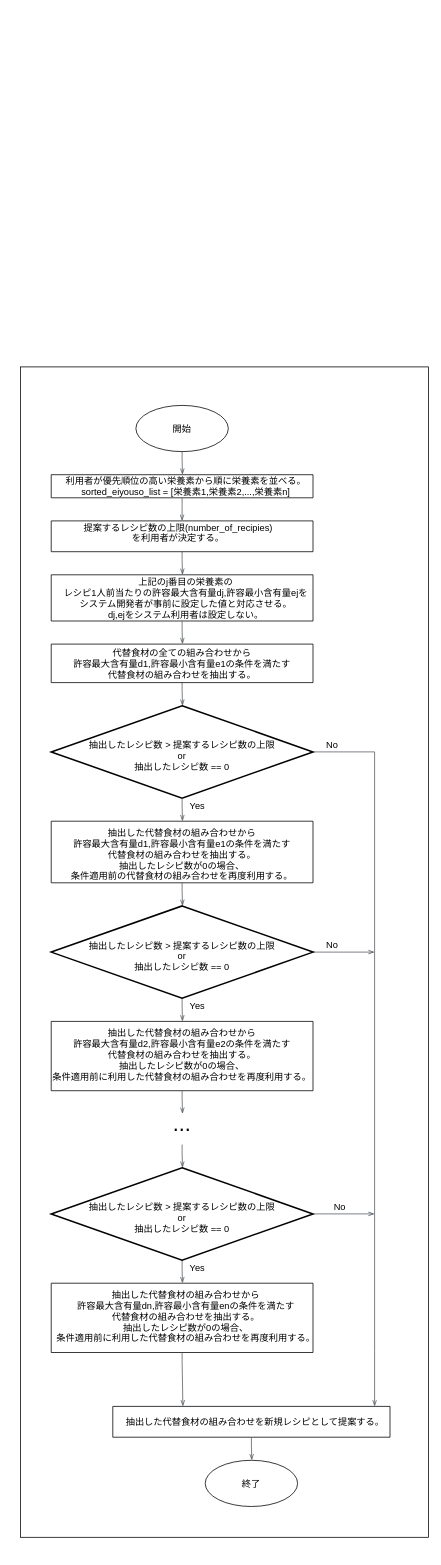
jokertennis/github-flow-practice keeps this draw.io diagram as 変更後のフロー図.drawio. Above is the earlier version. Source tidied: cells renumbered, new cells numbered last; positions are measured from the earlier drawing's top-left corner, leaving out a move shared by most shapes. Both pictures are drawn from the tidied source at 77%, with x=0, y=0 at pixel (20, 367).
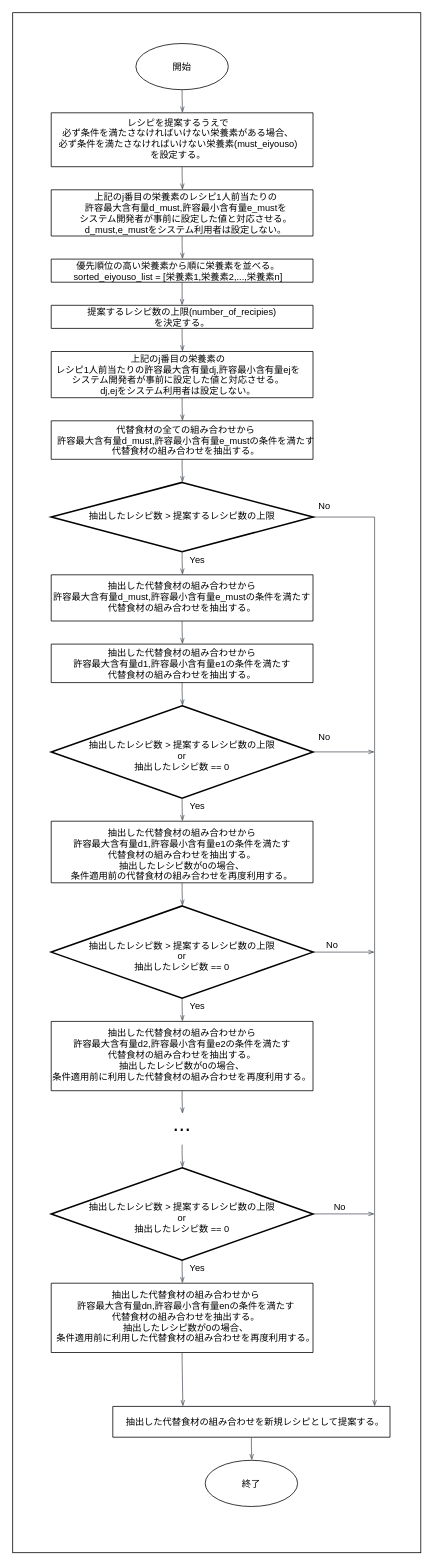
The same diagram, later.

Commit message (it also covers changes not shown here):
Update 変更後のフロー図.drawio

The edit, as a diff of the source:
```diff
@@
     <mxCell id="2" style="rounded=0;whiteSpace=wrap;html=1;" parent="1" vertex="1">
-      <mxGeometry width="530" height="1520" as="geometry" />
+      <mxGeometry x="-10" y="-460" width="530" height="2000" as="geometry" />
     </mxCell>
     <mxCell id="3" style="strokeWidth=1;html=1;shape=mxgraph.flowchart.start_1;whiteSpace=wrap;labelBorderColor=#000000;" parent="1" vertex="1">
-      <mxGeometry x="150" y="50" width="120" height="60" as="geometry" />
+      <mxGeometry x="150" y="-420" width="120" height="60" as="geometry" />
     </mxCell>
     <mxCell id="4" value="開始" style="text;align=center;verticalAlign=middle;labelBackgroundColor=#ffffff;labelBorderColor=none;" parent="1" vertex="1">
-      <mxGeometry x="190" y="70" width="40" height="20" as="geometry" />
+      <mxGeometry x="190" y="-400" width="40" height="20" as="geometry" />
     </mxCell>
@@
     <mxCell id="6" value="上記のj番目の栄養素の&#10;レシピ1人前当たりの許容最大含有量dj,許容最小含有量ejを&#10;システム開発者が事前に設定した値と対応させる。&#10;dj,ejをシステム利用者は設定しない。" style="text;align=center;verticalAlign=middle;" parent="1" vertex="1">
-      <mxGeometry x="50" y="270" width="330" height="60" as="geometry" />
+      <mxGeometry x="40" y="-20" width="330" height="60" as="geometry" />
     </mxCell>
     <mxCell id="7" style="verticalLabelPosition=bottom;verticalAlign=top;html=1;shape=mxgraph.basic.rect;fillColor2=none;strokeWidth=1;size=20;indent=5;rounded=0;labelBackgroundColor=#ffffff;sketch=0;fillColor=none;labelBorderColor=none;" parent="1" vertex="1">
-      <mxGeometry x="40" y="270" width="340" height="60" as="geometry" />
+      <mxGeometry x="40" y="-20" width="340" height="60" as="geometry" />
     </mxCell>
-    <mxCell id="8" value="代替食材の全ての組み合わせから&#10;許容最大含有量d1,許容最小含有量e1の条件を満たす&#10;代替食材の組み合わせを抽出する。" style="text;align=center;verticalAlign=middle;" parent="1" vertex="1">
+    <mxCell id="8" value="抽出した代替食材の組み合わせから&#10;許容最大含有量d1,許容最小含有量e1の条件を満たす&#10;代替食材の組み合わせを抽出する。" style="text;align=center;verticalAlign=middle;" parent="1" vertex="1">
       <mxGeometry x="60" y="360" width="300" height="50" as="geometry" />
     </mxCell>
@@
-    <mxCell id="26" style="edgeStyle=orthogonalEdgeStyle;html=1;endArrow=openThin;elbow=vertical;startArrow=none;endFill=0;strokeColor=#545B64;rounded=0;" parent="1" edge="1">
+    <mxCell id="26" style="edgeStyle=orthogonalEdgeStyle;html=1;endArrow=openThin;elbow=vertical;startArrow=none;endFill=0;strokeColor=#545B64;rounded=0;exitX=1;exitY=0.5;exitDx=0;exitDy=0;exitPerimeter=0;" parent="1" edge="1" source="61">
       <mxGeometry relative="1" as="geometry">
-        <mxPoint x="380" y="500" as="sourcePoint" />
         <mxPoint x="460" y="1350" as="targetPoint" />
         <Array as="points">
-          <mxPoint x="460" y="500" />
-          <mxPoint x="460" y="1279" />
+          <mxPoint x="460" y="195" />
         </Array>
       </mxGeometry>
     </mxCell>
@@
     <mxCell id="30" value="No" style="text;align=center;verticalAlign=middle;fontSize=12;" parent="1" vertex="1">
-      <mxGeometry x="390" y="480" width="30" height="20" as="geometry" />
+      <mxGeometry x="380" y="170" width="30" height="20" as="geometry" />
     </mxCell>
     <mxCell id="31" style="edgeStyle=orthogonalEdgeStyle;html=1;endArrow=openThin;elbow=vertical;startArrow=none;endFill=0;strokeColor=#545B64;rounded=0;" parent="1" edge="1">
       <mxGeometry relative="1" as="geometry">
-        <mxPoint x="210" y="110" as="sourcePoint" />
-        <mxPoint x="210.5" y="140" as="targetPoint" />
+        <mxPoint x="210" y="-50" as="sourcePoint" />
+        <mxPoint x="210.5" y="-20" as="targetPoint" />
         <Array as="points">
-          <mxPoint x="210.5" y="120" />
-          <mxPoint x="210.5" y="120" />
+          <mxPoint x="210.5" y="-40" />
+          <mxPoint x="210.5" y="-40" />
         </Array>
       </mxGeometry>
     </mxCell>
     <mxCell id="32" style="verticalLabelPosition=bottom;verticalAlign=top;html=1;shape=mxgraph.basic.rect;fillColor2=none;strokeWidth=1;size=20;indent=5;rounded=0;labelBackgroundColor=#ffffff;sketch=0;fillColor=none;labelBorderColor=none;" parent="1" vertex="1">
-      <mxGeometry x="40" y="140" width="340" height="30" as="geometry" />
+      <mxGeometry x="40" y="-140" width="340" height="30" as="geometry" />
     </mxCell>
-    <mxCell id="33" value="利用者が優先順位の高い栄養素から順に栄養素を並べる。&#10;sorted_eiyouso_list = [栄養素1,栄養素2,...,栄養素n]" style="text;align=center;verticalAlign=middle;strokeColor=none;" parent="1" vertex="1">
-      <mxGeometry x="50" y="140" width="330" height="30" as="geometry" />
+    <mxCell id="33" value="優先順位の高い栄養素から順に栄養素を並べる。&#10;sorted_eiyouso_list = [栄養素1,栄養素2,...,栄養素n]" style="text;align=center;verticalAlign=middle;strokeColor=none;" parent="1" vertex="1">
+      <mxGeometry x="60" y="-140" width="290" height="30" as="geometry" />
     </mxCell>
-    <mxCell id="34" value="提案するレシピ数の上限(number_of_recipies)&#10;を利用者が決定する。" style="text;align=center;verticalAlign=middle;strokeColor=none;" parent="1" vertex="1">
-      <mxGeometry x="75" y="200" width="260" height="30" as="geometry" />
+    <mxCell id="34" value="提案するレシピ数の上限(number_of_recipies)&#10;を決定する。" style="text;align=center;verticalAlign=middle;strokeColor=none;" parent="1" vertex="1">
+      <mxGeometry x="80" y="-80" width="260" height="30" as="geometry" />
     </mxCell>
     <mxCell id="35" style="edgeStyle=orthogonalEdgeStyle;html=1;endArrow=openThin;elbow=vertical;startArrow=none;endFill=0;strokeColor=#545B64;rounded=0;" parent="1" edge="1">
       <mxGeometry relative="1" as="geometry">
-        <mxPoint x="210" y="240" as="sourcePoint" />
-        <mxPoint x="210.5" y="270" as="targetPoint" />
+        <mxPoint x="210" y="40" as="sourcePoint" />
+        <mxPoint x="210.5" y="70" as="targetPoint" />
         <Array as="points">
-          <mxPoint x="210.5" y="250" />
-          <mxPoint x="210.5" y="250" />
+          <mxPoint x="210.5" y="50" />
+          <mxPoint x="210.5" y="50" />
         </Array>
       </mxGeometry>
     </mxCell>
     <mxCell id="36" style="verticalLabelPosition=bottom;verticalAlign=top;html=1;shape=mxgraph.basic.rect;fillColor2=none;strokeWidth=1;size=20;indent=5;rounded=0;labelBackgroundColor=#ffffff;sketch=0;fillColor=none;labelBorderColor=none;" parent="1" vertex="1">
-      <mxGeometry x="40" y="200" width="340" height="40" as="geometry" />
+      <mxGeometry x="40" y="-80" width="340" height="30" as="geometry" />
     </mxCell>
     <mxCell id="37" style="edgeStyle=orthogonalEdgeStyle;html=1;endArrow=openThin;elbow=vertical;startArrow=none;endFill=0;strokeColor=#545B64;rounded=0;" parent="1" edge="1">
       <mxGeometry relative="1" as="geometry">
-        <mxPoint x="210" y="170" as="sourcePoint" />
-        <mxPoint x="210" y="200" as="targetPoint" />
+        <mxPoint x="210" y="-110" as="sourcePoint" />
+        <mxPoint x="210" y="-80" as="targetPoint" />
         <Array as="points">
-          <mxPoint x="210.5" y="180" />
-          <mxPoint x="210.5" y="180" />
+          <mxPoint x="210.5" y="-100" />
+          <mxPoint x="210.5" y="-100" />
         </Array>
       </mxGeometry>
     </mxCell>
     <mxCell id="38" style="edgeStyle=orthogonalEdgeStyle;html=1;endArrow=openThin;elbow=vertical;startArrow=none;endFill=0;strokeColor=#545B64;rounded=0;" parent="1" edge="1">
       <mxGeometry relative="1" as="geometry">
-        <mxPoint x="210" y="330" as="sourcePoint" />
-        <mxPoint x="210.5" y="360" as="targetPoint" />
+        <mxPoint x="210" y="120" as="sourcePoint" />
+        <mxPoint x="210.5" y="150" as="targetPoint" />
         <Array as="points">
-          <mxPoint x="210" y="340" />
-          <mxPoint x="210" y="340" />
+          <mxPoint x="210" y="130" />
+          <mxPoint x="210" y="130" />
         </Array>
       </mxGeometry>
     </mxCell>
@@
+    <mxCell id="52" style="edgeStyle=orthogonalEdgeStyle;html=1;endArrow=openThin;elbow=vertical;startArrow=none;endFill=0;strokeColor=#545B64;rounded=0;" parent="1" edge="1">
+      <mxGeometry relative="1" as="geometry">
+        <mxPoint x="210" y="-360" as="sourcePoint" />
+        <mxPoint x="210.5" y="-330" as="targetPoint" />
+        <Array as="points">
+          <mxPoint x="210.5" y="-350" />
+          <mxPoint x="210.5" y="-350" />
+        </Array>
+      </mxGeometry>
+    </mxCell>
+    <mxCell id="53" value="レシピを提案するうえで&#10;必ず条件を満たさなければいけない栄養素がある場合、&#10;必ず条件を満たさなければいけない栄養素(must_eiyouso)&#10;を設定する。&#10;" style="text;align=center;verticalAlign=middle;strokeColor=none;" parent="1" vertex="1">
+      <mxGeometry x="40" y="-320" width="330" height="60" as="geometry" />
+    </mxCell>
+    <mxCell id="54" style="verticalLabelPosition=bottom;verticalAlign=top;html=1;shape=mxgraph.basic.rect;fillColor2=none;strokeWidth=1;size=20;indent=5;rounded=0;labelBackgroundColor=#ffffff;sketch=0;fillColor=none;labelBorderColor=none;" parent="1" vertex="1">
+      <mxGeometry x="40" y="-330" width="340" height="70" as="geometry" />
+    </mxCell>
+    <mxCell id="55" style="edgeStyle=orthogonalEdgeStyle;html=1;endArrow=openThin;elbow=vertical;startArrow=none;endFill=0;strokeColor=#545B64;rounded=0;" parent="1" edge="1">
+      <mxGeometry relative="1" as="geometry">
+        <mxPoint x="210" y="-260" as="sourcePoint" />
+        <mxPoint x="210.5" y="-230" as="targetPoint" />
+        <Array as="points">
+          <mxPoint x="210.5" y="-250" />
+          <mxPoint x="210.5" y="-250" />
+        </Array>
+      </mxGeometry>
+    </mxCell>
+    <mxCell id="56" style="verticalLabelPosition=bottom;verticalAlign=top;html=1;shape=mxgraph.basic.rect;fillColor2=none;strokeWidth=1;size=20;indent=5;rounded=0;labelBackgroundColor=#ffffff;sketch=0;fillColor=none;labelBorderColor=none;" parent="1" vertex="1">
+      <mxGeometry x="40" y="-230" width="340" height="60" as="geometry" />
+    </mxCell>
+    <mxCell id="57" value="上記のj番目の栄養素のレシピ1人前当たりの&#10;許容最大含有量d_must,許容最小含有量e_mustを&#10;システム開発者が事前に設定した値と対応させる。&#10;d_must,e_mustをシステム利用者は設定しない。" style="text;align=center;verticalAlign=middle;" parent="1" vertex="1">
+      <mxGeometry x="70" y="-230" width="290" height="60" as="geometry" />
+    </mxCell>
+    <mxCell id="58" style="verticalLabelPosition=bottom;verticalAlign=top;html=1;shape=mxgraph.basic.rect;fillColor2=none;strokeWidth=1;size=20;indent=5;rounded=0;labelBackgroundColor=#ffffff;sketch=0;fillColor=none;labelBorderColor=none;" parent="1" vertex="1">
+      <mxGeometry x="40" y="70" width="340" height="50" as="geometry" />
+    </mxCell>
+    <mxCell id="59" value="代替食材の全ての組み合わせから&#10;許容最大含有量d_must,許容最小含有量e_mustの条件を満たす&#10;代替食材の組み合わせを抽出する。" style="text;align=center;verticalAlign=middle;" parent="1" vertex="1">
+      <mxGeometry x="40" y="70" width="350" height="50" as="geometry" />
+    </mxCell>
+    <mxCell id="60" style="edgeStyle=orthogonalEdgeStyle;html=1;endArrow=openThin;elbow=vertical;startArrow=none;endFill=0;strokeColor=#545B64;rounded=0;" parent="1" edge="1">
+      <mxGeometry relative="1" as="geometry">
+        <mxPoint x="210" y="-170" as="sourcePoint" />
+        <mxPoint x="210.5" y="-140" as="targetPoint" />
+        <Array as="points">
+          <mxPoint x="210.5" y="-160" />
+          <mxPoint x="210.5" y="-160" />
+        </Array>
+      </mxGeometry>
+    </mxCell>
+    <mxCell id="61" style="strokeWidth=2;html=1;shape=mxgraph.flowchart.decision;whiteSpace=wrap;rounded=0;labelBackgroundColor=#ffffff;sketch=0;fillColor=none;" parent="1" vertex="1">
+      <mxGeometry x="40" y="150" width="340" height="90" as="geometry" />
+    </mxCell>
+    <mxCell id="62" value="抽出したレシピ数 &gt; 提案するレシピ数の上限&#10;" style="text;align=center;verticalAlign=middle;" parent="1" vertex="1">
+      <mxGeometry x="80" y="190" width="260" height="20" as="geometry" />
+    </mxCell>
+    <mxCell id="63" value="Yes" style="text;align=center;verticalAlign=middle;fontSize=12;" parent="1" vertex="1">
+      <mxGeometry x="210" y="240" width="40" height="20" as="geometry" />
+    </mxCell>
+    <mxCell id="64" style="edgeStyle=orthogonalEdgeStyle;html=1;endArrow=openThin;elbow=vertical;startArrow=none;endFill=0;strokeColor=#545B64;rounded=0;" parent="1" edge="1">
+      <mxGeometry relative="1" as="geometry">
+        <mxPoint x="210" y="240" as="sourcePoint" />
+        <mxPoint x="210.5" y="270" as="targetPoint" />
+        <Array as="points">
+          <mxPoint x="210" y="250" />
+          <mxPoint x="210" y="250" />
+        </Array>
+      </mxGeometry>
+    </mxCell>
+    <mxCell id="65" value="抽出した代替食材の組み合わせから&#10;許容最大含有量d_must,許容最小含有量e_mustの条件を満たす&#10;代替食材の組み合わせを抽出する。&#10;" style="text;align=center;verticalAlign=middle;" parent="1" vertex="1">
+      <mxGeometry x="35" y="280" width="350" height="50" as="geometry" />
+    </mxCell>
+    <mxCell id="66" style="verticalLabelPosition=bottom;verticalAlign=top;html=1;shape=mxgraph.basic.rect;fillColor2=none;strokeWidth=1;size=20;indent=5;rounded=0;labelBackgroundColor=#ffffff;sketch=0;fillColor=none;labelBorderColor=none;" parent="1" vertex="1">
+      <mxGeometry x="40" y="270" width="340" height="60" as="geometry" />
+    </mxCell>
+    <mxCell id="67" style="edgeStyle=orthogonalEdgeStyle;html=1;endArrow=openThin;elbow=vertical;startArrow=none;endFill=0;strokeColor=#545B64;rounded=0;" parent="1" edge="1">
+      <mxGeometry relative="1" as="geometry">
+        <mxPoint x="210" y="330" as="sourcePoint" />
+        <mxPoint x="210.5" y="360" as="targetPoint" />
+        <Array as="points">
+          <mxPoint x="210" y="340" />
+          <mxPoint x="210" y="340" />
+        </Array>
+      </mxGeometry>
+    </mxCell>
+    <mxCell id="68" value="No" style="text;align=center;verticalAlign=middle;fontSize=12;" parent="1" vertex="1">
+      <mxGeometry x="380" y="470" width="30" height="20" as="geometry" />
+    </mxCell>
+    <mxCell id="69" style="edgeStyle=orthogonalEdgeStyle;html=1;endArrow=openThin;elbow=vertical;startArrow=none;endFill=0;strokeColor=#545B64;rounded=0;" parent="1" edge="1">
+      <mxGeometry relative="1" as="geometry">
+        <mxPoint x="380" y="500" as="sourcePoint" />
+        <mxPoint x="460" y="500" as="targetPoint" />
+        <Array as="points">
+          <mxPoint x="380" y="500" />
+          <mxPoint x="380" y="500" />
+        </Array>
+      </mxGeometry>
+    </mxCell>
```
